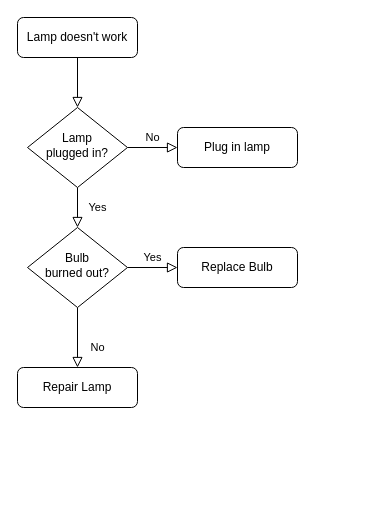
Before: Untitled Diagram.drawio in seunggeunjo/Flow-Chart, a draw.io diagram. Source tidied: cells renumbered, new cells numbered last; positions are measured from the earlier drawing's top-left corner, leaving out a move shared by most shapes. Both pictures are drawn from the tidied source at 100%, with x=0, y=0 at pixel (17, 17).
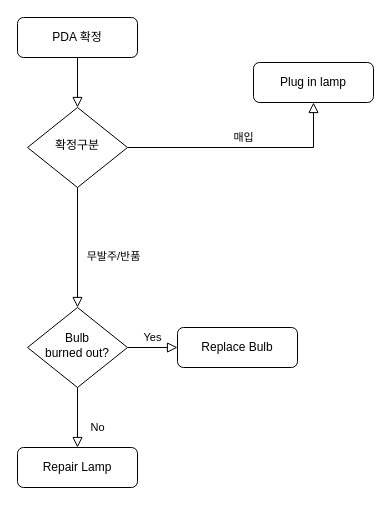
The same page after the edit.

Commit message:
다이어그램 업데이트

Diff of the diagram source:
```diff
@@
 <mxGraphModel>
   <root>
     <mxCell id="0" />
     <mxCell id="1" parent="0" />
     <mxCell id="2" style="rounded=0;html=1;jettySize=auto;fontSize=11;endArrow=block;endFill=0;endSize=8;strokeWidth=1;shadow=0;labelBackgroundColor=none;edgeStyle=orthogonalEdgeStyle;" parent="1" edge="1" source="3" target="6">
       <mxGeometry relative="1" as="geometry" />
     </mxCell>
-    <mxCell id="3" value="Lamp doesn't work" style="rounded=1;whiteSpace=wrap;html=1;fontSize=12;glass=0;strokeWidth=1;shadow=0;" parent="1" vertex="1">
+    <mxCell id="3" value="PDA 확정" style="rounded=1;whiteSpace=wrap;html=1;fontSize=12;glass=0;strokeWidth=1;shadow=0;" parent="1" vertex="1">
       <mxGeometry width="120" height="40" as="geometry" />
     </mxCell>
-    <mxCell id="4" value="Yes" style="rounded=0;html=1;jettySize=auto;fontSize=11;endArrow=block;endFill=0;endSize=8;strokeWidth=1;shadow=0;labelBackgroundColor=none;edgeStyle=orthogonalEdgeStyle;" parent="1" edge="1" source="6" target="10">
-      <mxGeometry y="20" relative="1" as="geometry" />
+    <mxCell id="4" value="무발주/반품" style="rounded=0;html=1;jettySize=auto;fontSize=11;endArrow=block;endFill=0;endSize=8;strokeWidth=1;shadow=0;labelBackgroundColor=none;edgeStyle=orthogonalEdgeStyle;" parent="1" edge="1" source="6" target="10">
+      <mxGeometry x="0.15" y="36" relative="1" as="geometry" />
     </mxCell>
-    <mxCell id="5" value="No" style="edgeStyle=orthogonalEdgeStyle;rounded=0;html=1;jettySize=auto;fontSize=11;endArrow=block;endFill=0;endSize=8;strokeWidth=1;shadow=0;labelBackgroundColor=none;" parent="1" edge="1" source="6" target="7">
+    <mxCell id="5" value="매입" style="edgeStyle=orthogonalEdgeStyle;rounded=0;html=1;jettySize=auto;fontSize=11;endArrow=block;endFill=0;endSize=8;strokeWidth=1;shadow=0;labelBackgroundColor=none;" parent="1" edge="1" source="6" target="7">
       <mxGeometry y="10" relative="1" as="geometry" />
     </mxCell>
-    <mxCell id="6" value="Lamp&lt;br&gt;plugged in?" style="rhombus;whiteSpace=wrap;html=1;shadow=0;fontFamily=Helvetica;fontSize=12;align=center;strokeWidth=1;spacing=6;spacingTop=-4;" parent="1" vertex="1">
+    <mxCell id="6" value="확정구분" style="rhombus;whiteSpace=wrap;html=1;shadow=0;fontFamily=Helvetica;fontSize=12;align=center;strokeWidth=1;spacing=6;spacingTop=-4;" parent="1" vertex="1">
       <mxGeometry x="10" y="90" width="100" height="80" as="geometry" />
     </mxCell>
     <mxCell id="7" value="Plug in lamp" style="rounded=1;whiteSpace=wrap;html=1;fontSize=12;glass=0;strokeWidth=1;shadow=0;" parent="1" vertex="1">
-      <mxGeometry x="160" y="110" width="120" height="40" as="geometry" />
+      <mxGeometry x="236" y="45" width="120" height="40" as="geometry" />
     </mxCell>
     <mxCell id="8" value="No" style="rounded=0;html=1;jettySize=auto;fontSize=11;endArrow=block;endFill=0;endSize=8;strokeWidth=1;shadow=0;labelBackgroundColor=none;edgeStyle=orthogonalEdgeStyle;" parent="1" edge="1" source="10" target="11">
       <mxGeometry x="0.33" y="20" relative="1" as="geometry" />
     </mxCell>
     <mxCell id="9" value="Yes" style="edgeStyle=orthogonalEdgeStyle;rounded=0;html=1;jettySize=auto;fontSize=11;endArrow=block;endFill=0;endSize=8;strokeWidth=1;shadow=0;labelBackgroundColor=none;" parent="1" edge="1" source="10" target="12">
       <mxGeometry y="10" relative="1" as="geometry" />
     </mxCell>
     <mxCell id="10" value="Bulb&lt;br&gt;burned out?" style="rhombus;whiteSpace=wrap;html=1;shadow=0;fontFamily=Helvetica;fontSize=12;align=center;strokeWidth=1;spacing=6;spacingTop=-4;" parent="1" vertex="1">
-      <mxGeometry x="10" y="210" width="100" height="80" as="geometry" />
+      <mxGeometry x="10" y="290" width="100" height="80" as="geometry" />
     </mxCell>
     <mxCell id="11" value="Repair Lamp" style="rounded=1;whiteSpace=wrap;html=1;fontSize=12;glass=0;strokeWidth=1;shadow=0;" parent="1" vertex="1">
-      <mxGeometry y="350" width="120" height="40" as="geometry" />
+      <mxGeometry y="430" width="120" height="40" as="geometry" />
     </mxCell>
     <mxCell id="12" value="Replace Bulb" style="rounded=1;whiteSpace=wrap;html=1;fontSize=12;glass=0;strokeWidth=1;shadow=0;" parent="1" vertex="1">
-      <mxGeometry x="160" y="230" width="120" height="40" as="geometry" />
+      <mxGeometry x="160" y="310" width="120" height="40" as="geometry" />
     </mxCell>
   </root>
 </mxGraphModel>
```
